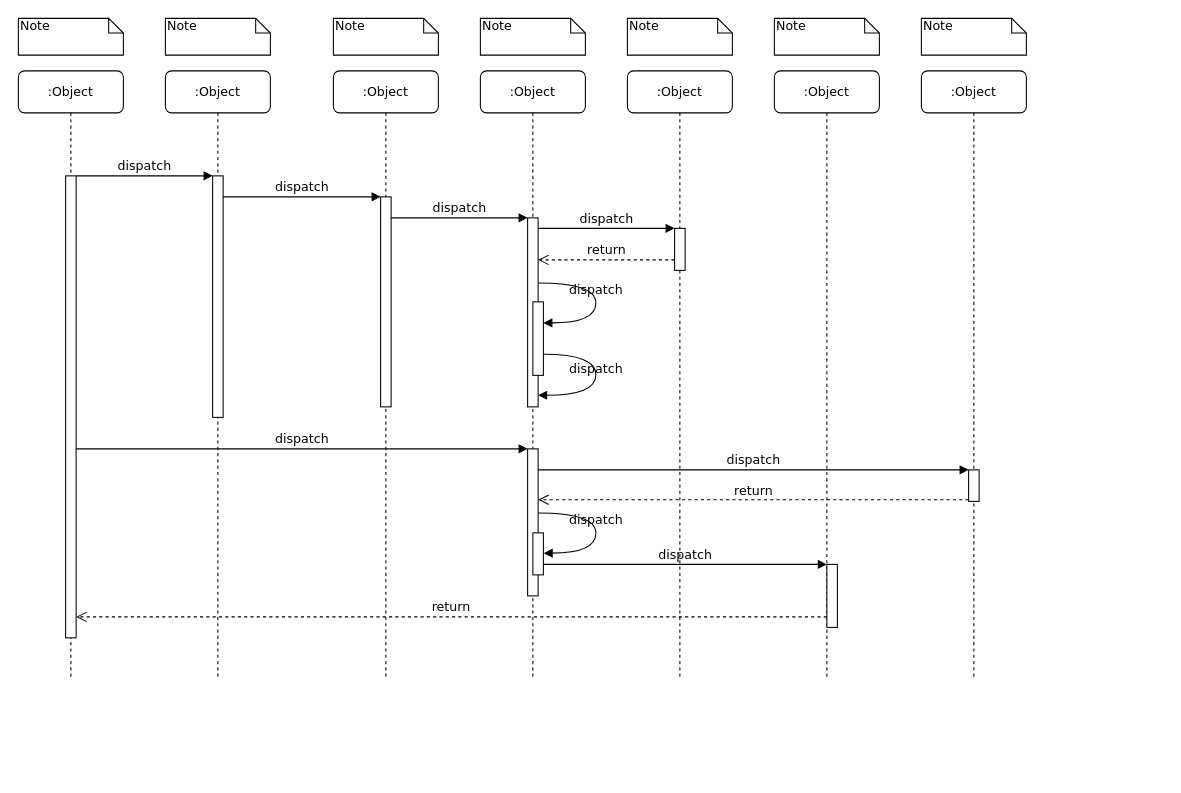
Earlier version of the draw.io diagram p2.drawio (WOM89757/diagrams). Source tidied: cells renumbered, new cells numbered last; positions are measured from the earlier drawing's top-left corner, leaving out a move shared by most shapes. Both pictures are drawn from the tidied source at 105%, with x=0, y=0 at pixel (18, 18).
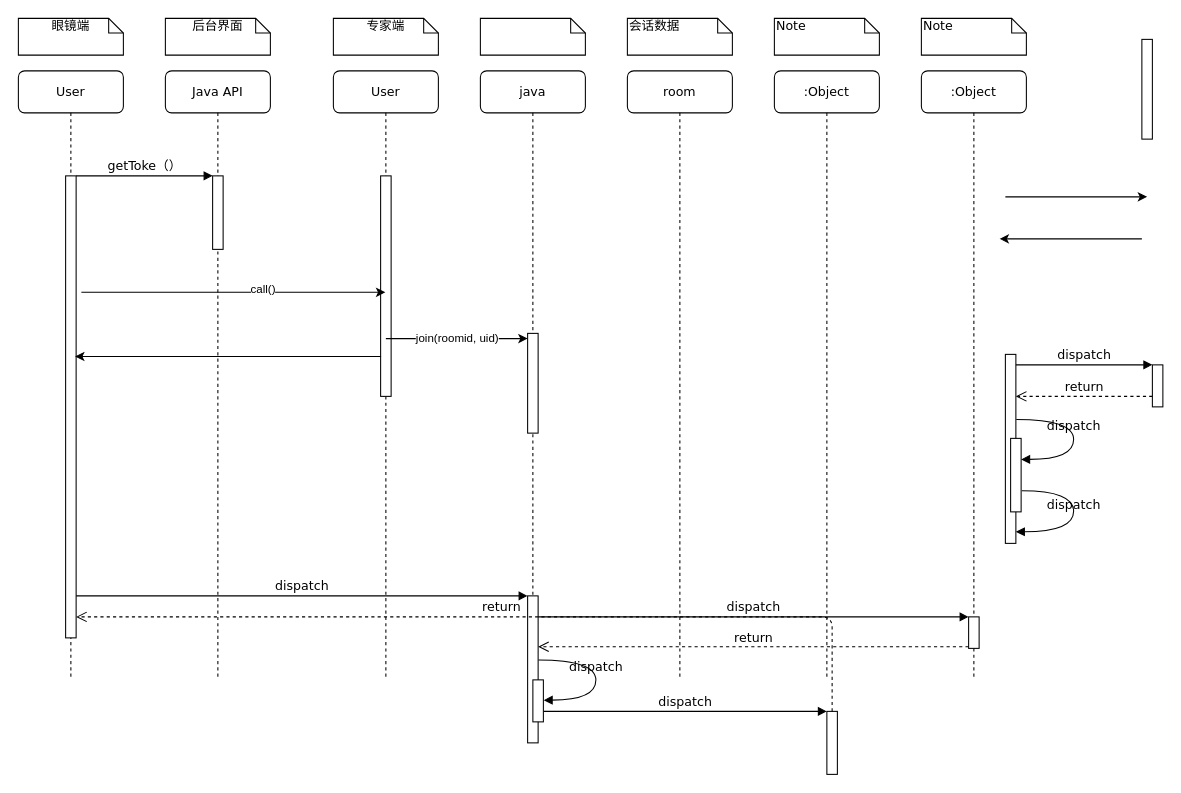
The same diagram, later.

Unchanged cells that the change refers to:
```xml
<mxCell id="11" style="html=1;points=[];perimeter=orthogonalPerimeter;rounded=0;shadow=0;comic=0;labelBackgroundColor=none;strokeWidth=1;fontFamily=Verdana;fontSize=12;align=center;" parent="10" vertex="1">
  <mxGeometry x="45" y="100" width="10" height="440" as="geometry" />
</mxCell>
```

The edit, as a diff of the source:
```diff
@@
-    <mxCell id="2" value=":Object" style="shape=umlLifeline;perimeter=lifelinePerimeter;whiteSpace=wrap;html=1;outlineConnect=0;rounded=1;shadow=0;comic=0;labelBackgroundColor=none;strokeWidth=1;fontFamily=Verdana;fontSize=12;align=center;" parent="1" vertex="1">
+    <mxCell id="2" value="Java API" style="shape=umlLifeline;perimeter=lifelinePerimeter;whiteSpace=wrap;html=1;outlineConnect=0;rounded=1;shadow=0;comic=0;labelBackgroundColor=none;strokeWidth=1;fontFamily=Verdana;fontSize=12;align=center;" parent="1" vertex="1">
       <mxGeometry x="140" y="50" width="100" height="580" as="geometry" />
     </mxCell>
     <mxCell id="3" style="html=1;points=[];perimeter=orthogonalPerimeter;rounded=0;shadow=0;comic=0;labelBackgroundColor=none;strokeWidth=1;fontFamily=Verdana;fontSize=12;align=center;" parent="2" vertex="1">
-      <mxGeometry x="45" y="100" width="10" height="230" as="geometry" />
+      <mxGeometry x="45" y="100" width="10" height="70" as="geometry" />
     </mxCell>
-    <mxCell id="4" value=":Object" style="shape=umlLifeline;perimeter=lifelinePerimeter;whiteSpace=wrap;html=1;outlineConnect=0;rounded=1;shadow=0;comic=0;labelBackgroundColor=none;strokeWidth=1;fontFamily=Verdana;fontSize=12;align=center;" parent="1" vertex="1">
+    <mxCell id="4" value="User" style="shape=umlLifeline;perimeter=lifelinePerimeter;whiteSpace=wrap;html=1;outlineConnect=0;rounded=1;shadow=0;comic=0;labelBackgroundColor=none;strokeWidth=1;fontFamily=Verdana;fontSize=12;align=center;" parent="1" vertex="1">
       <mxGeometry x="300" y="50" width="100" height="580" as="geometry" />
     </mxCell>
     <mxCell id="5" style="html=1;points=[];perimeter=orthogonalPerimeter;rounded=0;shadow=0;comic=0;labelBackgroundColor=none;strokeWidth=1;fontFamily=Verdana;fontSize=12;align=center;" parent="4" vertex="1">
-      <mxGeometry x="45" y="120" width="10" height="200" as="geometry" />
+      <mxGeometry x="45" y="100" width="10" height="210" as="geometry" />
     </mxCell>
-    <mxCell id="6" value=":Object" style="shape=umlLifeline;perimeter=lifelinePerimeter;whiteSpace=wrap;html=1;rounded=1;shadow=0;comic=0;labelBackgroundColor=none;strokeWidth=1;fontFamily=Verdana;fontSize=12;align=center;" parent="1" vertex="1">
+    <mxCell id="6" value="java" style="shape=umlLifeline;perimeter=lifelinePerimeter;whiteSpace=wrap;html=1;rounded=1;shadow=0;comic=0;labelBackgroundColor=none;strokeWidth=1;fontFamily=Verdana;fontSize=12;align=center;" parent="1" vertex="1">
       <mxGeometry x="440" y="50" width="100" height="580" as="geometry" />
     </mxCell>
+    <mxCell id="39" style="html=1;points=[];perimeter=orthogonalPerimeter;rounded=0;shadow=0;comic=0;labelBackgroundColor=none;strokeWidth=1;fontFamily=Verdana;fontSize=12;align=center;" parent="6" vertex="1">
+      <mxGeometry x="45" y="250" width="10" height="95" as="geometry" />
+    </mxCell>
-    <mxCell id="7" value=":Object" style="shape=umlLifeline;perimeter=lifelinePerimeter;whiteSpace=wrap;html=1;rounded=1;shadow=0;comic=0;labelBackgroundColor=none;strokeWidth=1;fontFamily=Verdana;fontSize=12;align=center;" parent="1" vertex="1">
+    <mxCell id="7" value="room" style="shape=umlLifeline;perimeter=lifelinePerimeter;whiteSpace=wrap;html=1;rounded=1;shadow=0;comic=0;labelBackgroundColor=none;strokeWidth=1;fontFamily=Verdana;fontSize=12;align=center;" parent="1" vertex="1">
       <mxGeometry x="580" y="50" width="100" height="580" as="geometry" />
     </mxCell>
@@
-    <mxCell id="10" value=":Object" style="shape=umlLifeline;perimeter=lifelinePerimeter;whiteSpace=wrap;html=1;rounded=1;shadow=0;comic=0;labelBackgroundColor=none;strokeWidth=1;fontFamily=Verdana;fontSize=12;align=center;" parent="1" vertex="1">
+    <mxCell id="10" value="User" style="shape=umlLifeline;perimeter=lifelinePerimeter;whiteSpace=wrap;html=1;rounded=1;shadow=0;comic=0;labelBackgroundColor=none;strokeWidth=1;fontFamily=Verdana;fontSize=12;align=center;" parent="1" vertex="1">
       <mxGeometry y="50" width="100" height="580" as="geometry" />
     </mxCell>
@@
     <mxCell id="12" style="html=1;points=[];perimeter=orthogonalPerimeter;rounded=0;shadow=0;comic=0;labelBackgroundColor=none;strokeWidth=1;fontFamily=Verdana;fontSize=12;align=center;" parent="1" vertex="1">
-      <mxGeometry x="485" y="190" width="10" height="180" as="geometry" />
+      <mxGeometry x="940" y="320" width="10" height="180" as="geometry" />
     </mxCell>
-    <mxCell id="13" value="dispatch" style="html=1;verticalAlign=bottom;endArrow=block;labelBackgroundColor=none;fontFamily=Verdana;fontSize=12;edgeStyle=elbowEdgeStyle;elbow=vertical;" parent="1" edge="1" source="5" target="12">
-      <mxGeometry relative="1" as="geometry">
-        <Array as="points">
-          <mxPoint x="360" y="190" />
-        </Array>
-      </mxGeometry>
-    </mxCell>
     <mxCell id="14" style="html=1;points=[];perimeter=orthogonalPerimeter;rounded=0;shadow=0;comic=0;labelBackgroundColor=none;strokeWidth=1;fontFamily=Verdana;fontSize=12;align=center;" parent="1" vertex="1">
-      <mxGeometry x="625" y="200" width="10" height="40" as="geometry" />
+      <mxGeometry x="1080" y="330" width="10" height="40" as="geometry" />
     </mxCell>
@@
     <mxCell id="16" value="return" style="html=1;verticalAlign=bottom;endArrow=open;dashed=1;endSize=8;labelBackgroundColor=none;fontFamily=Verdana;fontSize=12;edgeStyle=elbowEdgeStyle;elbow=vertical;" parent="1" edge="1" source="14" target="12">
       <mxGeometry relative="1" as="geometry">
         <Array as="points">
-          <mxPoint x="570" y="230" />
-          <mxPoint x="600" y="230" />
+          <mxPoint x="1025" y="360" />
+          <mxPoint x="1055" y="360" />
         </Array>
       </mxGeometry>
     </mxCell>
     <mxCell id="17" style="html=1;points=[];perimeter=orthogonalPerimeter;rounded=0;shadow=0;comic=0;labelBackgroundColor=none;strokeWidth=1;fontFamily=Verdana;fontSize=12;align=center;" parent="1" vertex="1">
-      <mxGeometry x="485" y="410" width="10" height="140" as="geometry" />
+      <mxGeometry x="485" y="550" width="10" height="140" as="geometry" />
     </mxCell>
@@
     <mxCell id="19" style="html=1;points=[];perimeter=orthogonalPerimeter;rounded=0;shadow=0;comic=0;labelBackgroundColor=none;strokeColor=#000000;strokeWidth=1;fillColor=#FFFFFF;fontFamily=Verdana;fontSize=12;fontColor=#000000;align=center;" parent="1" vertex="1">
-      <mxGeometry x="905" y="430" width="10" height="30" as="geometry" />
+      <mxGeometry x="905" y="570" width="10" height="30" as="geometry" />
     </mxCell>
@@
     <mxCell id="22" style="html=1;points=[];perimeter=orthogonalPerimeter;rounded=0;shadow=0;comic=0;labelBackgroundColor=none;strokeWidth=1;fontFamily=Verdana;fontSize=12;align=center;" parent="1" vertex="1">
-      <mxGeometry x="770" y="520" width="10" height="60" as="geometry" />
+      <mxGeometry x="770" y="660" width="10" height="60" as="geometry" />
     </mxCell>
@@
-    <mxCell id="25" value="dispatch" style="html=1;verticalAlign=bottom;endArrow=block;entryX=0;entryY=0;labelBackgroundColor=none;fontFamily=Verdana;fontSize=12;edgeStyle=elbowEdgeStyle;elbow=vertical;" parent="1" edge="1" source="11" target="3">
+    <mxCell id="25" value="getToke（）" style="html=1;verticalAlign=bottom;endArrow=block;entryX=0;entryY=0;labelBackgroundColor=none;fontFamily=Verdana;fontSize=12;edgeStyle=elbowEdgeStyle;elbow=vertical;" parent="1" edge="1" source="11" target="3">
       <mxGeometry relative="1" as="geometry" />
     </mxCell>
-    <mxCell id="26" value="dispatch" style="html=1;verticalAlign=bottom;endArrow=block;entryX=0;entryY=0;labelBackgroundColor=none;fontFamily=Verdana;fontSize=12;edgeStyle=elbowEdgeStyle;elbow=vertical;" parent="1" edge="1" source="3" target="5">
-      <mxGeometry relative="1" as="geometry" />
-    </mxCell>
     <mxCell id="27" style="html=1;points=[];perimeter=orthogonalPerimeter;rounded=0;shadow=0;comic=0;labelBackgroundColor=none;strokeWidth=1;fontFamily=Verdana;fontSize=12;align=center;" parent="1" vertex="1">
-      <mxGeometry x="490" y="270" width="10" height="70" as="geometry" />
+      <mxGeometry x="945" y="400" width="10" height="70" as="geometry" />
     </mxCell>
     <mxCell id="28" value="dispatch" style="html=1;verticalAlign=bottom;endArrow=block;labelBackgroundColor=none;fontFamily=Verdana;fontSize=12;elbow=vertical;edgeStyle=orthogonalEdgeStyle;curved=1;entryX=1;entryY=0.286;entryPerimeter=0;exitX=1.038;exitY=0.345;exitPerimeter=0;" parent="1" edge="1" source="12" target="27">
       <mxGeometry relative="1" as="geometry">
         <Array as="points">
-          <mxPoint x="550" y="252" />
-          <mxPoint x="550" y="290" />
+          <mxPoint x="1005" y="382" />
+          <mxPoint x="1005" y="420" />
         </Array>
       </mxGeometry>
     </mxCell>
     <mxCell id="29" value="dispatch" style="html=1;verticalAlign=bottom;endArrow=block;labelBackgroundColor=none;fontFamily=Verdana;fontSize=12;elbow=vertical;edgeStyle=orthogonalEdgeStyle;curved=1;exitX=1.066;exitY=0.713;exitPerimeter=0;" parent="1" edge="1" source="27">
       <mxGeometry relative="1" as="geometry">
-        <mxPoint x="495" y="359" as="targetPoint" />
+        <mxPoint x="950" y="489" as="targetPoint" />
         <Array as="points">
-          <mxPoint x="550" y="320" />
-          <mxPoint x="550" y="359" />
+          <mxPoint x="1005" y="450" />
+          <mxPoint x="1005" y="489" />
         </Array>
       </mxGeometry>
     </mxCell>
     <mxCell id="30" style="html=1;points=[];perimeter=orthogonalPerimeter;rounded=0;shadow=0;comic=0;labelBackgroundColor=none;strokeWidth=1;fontFamily=Verdana;fontSize=12;align=center;" parent="1" vertex="1">
-      <mxGeometry x="490" y="490" width="10" height="40" as="geometry" />
+      <mxGeometry x="490" y="630" width="10" height="40" as="geometry" />
     </mxCell>
     <mxCell id="31" value="dispatch" style="html=1;verticalAlign=bottom;endArrow=block;labelBackgroundColor=none;fontFamily=Verdana;fontSize=12;elbow=vertical;edgeStyle=orthogonalEdgeStyle;curved=1;entryX=1;entryY=0.286;entryPerimeter=0;exitX=1.038;exitY=0.345;exitPerimeter=0;" parent="1" edge="1">
       <mxGeometry relative="1" as="geometry">
-        <mxPoint x="495.3" y="471" as="sourcePoint" />
-        <mxPoint x="500.3" y="509.3" as="targetPoint" />
+        <mxPoint x="495.3" y="611" as="sourcePoint" />
+        <mxPoint x="500.3" y="649.3" as="targetPoint" />
         <Array as="points">
-          <mxPoint x="550" y="471" />
-          <mxPoint x="550" y="509" />
+          <mxPoint x="550" y="611" />
+          <mxPoint x="550" y="649" />
         </Array>
       </mxGeometry>
     </mxCell>
-    <mxCell id="32" value="Note" style="shape=note;whiteSpace=wrap;html=1;size=14;verticalAlign=top;align=left;spacingTop=-6;rounded=0;shadow=0;comic=0;labelBackgroundColor=none;strokeWidth=1;fontFamily=Verdana;fontSize=12;" parent="1" vertex="1">
+    <mxCell id="32" value="眼镜端" style="shape=note;whiteSpace=wrap;html=1;size=14;verticalAlign=top;align=center;spacingTop=-6;rounded=0;shadow=0;comic=0;labelBackgroundColor=none;strokeWidth=1;fontFamily=Verdana;fontSize=12;" parent="1" vertex="1">
       <mxGeometry width="100" height="35" as="geometry" />
     </mxCell>
-    <mxCell id="33" value="Note" style="shape=note;whiteSpace=wrap;html=1;size=14;verticalAlign=top;align=left;spacingTop=-6;rounded=0;shadow=0;comic=0;labelBackgroundColor=none;strokeWidth=1;fontFamily=Verdana;fontSize=12;" parent="1" vertex="1">
+    <mxCell id="33" value="后台界面" style="shape=note;whiteSpace=wrap;html=1;size=14;verticalAlign=top;align=center;spacingTop=-6;rounded=0;shadow=0;comic=0;labelBackgroundColor=none;strokeWidth=1;fontFamily=Verdana;fontSize=12;" parent="1" vertex="1">
       <mxGeometry x="140" width="100" height="35" as="geometry" />
     </mxCell>
-    <mxCell id="34" value="Note" style="shape=note;whiteSpace=wrap;html=1;size=14;verticalAlign=top;align=left;spacingTop=-6;rounded=0;shadow=0;comic=0;labelBackgroundColor=none;strokeWidth=1;fontFamily=Verdana;fontSize=12;" parent="1" vertex="1">
+    <mxCell id="34" value="&lt;div&gt;&lt;span&gt;专家端&lt;/span&gt;&lt;/div&gt;" style="shape=note;whiteSpace=wrap;html=1;size=14;verticalAlign=top;align=center;spacingTop=-6;rounded=0;shadow=0;comic=0;labelBackgroundColor=none;strokeWidth=1;fontFamily=Verdana;fontSize=12;" parent="1" vertex="1">
       <mxGeometry x="300" width="100" height="35" as="geometry" />
     </mxCell>
-    <mxCell id="35" value="Note" style="shape=note;whiteSpace=wrap;html=1;size=14;verticalAlign=top;align=left;spacingTop=-6;rounded=0;shadow=0;comic=0;labelBackgroundColor=none;strokeWidth=1;fontFamily=Verdana;fontSize=12;" parent="1" vertex="1">
+    <mxCell id="35" style="shape=note;whiteSpace=wrap;html=1;size=14;verticalAlign=top;align=left;spacingTop=-6;rounded=0;shadow=0;comic=0;labelBackgroundColor=none;strokeWidth=1;fontFamily=Verdana;fontSize=12;" parent="1" vertex="1">
       <mxGeometry x="440" width="100" height="35" as="geometry" />
     </mxCell>
-    <mxCell id="36" value="Note" style="shape=note;whiteSpace=wrap;html=1;size=14;verticalAlign=top;align=left;spacingTop=-6;rounded=0;shadow=0;comic=0;labelBackgroundColor=none;strokeWidth=1;fontFamily=Verdana;fontSize=12;" parent="1" vertex="1">
+    <mxCell id="36" value="会话数据" style="shape=note;whiteSpace=wrap;html=1;size=14;verticalAlign=top;align=left;spacingTop=-6;rounded=0;shadow=0;comic=0;labelBackgroundColor=none;strokeWidth=1;fontFamily=Verdana;fontSize=12;" parent="1" vertex="1">
       <mxGeometry x="580" width="100" height="35" as="geometry" />
     </mxCell>
@@
+    <mxCell id="40" style="endArrow=classic;html=1;exitX=1.5;exitY=0.252;exitDx=0;exitDy=0;exitPerimeter=0;" parent="1" edge="1" source="11" target="4">
+      <mxGeometry relative="1" as="geometry" />
+    </mxCell>
+    <mxCell id="41" value="call()" style="edgeLabel;html=1;align=center;verticalAlign=middle;" parent="40" vertex="1">
+      <mxGeometry x="0.18" y="3" relative="1" as="geometry">
+        <mxPoint x="1" as="offset" />
+      </mxGeometry>
+    </mxCell>
+    <mxCell id="42" value="join(roomid, uid)" style="endArrow=classic;html=1;" parent="1" edge="1" target="39">
+      <mxGeometry relative="1" as="geometry">
+        <mxPoint x="350" y="305" as="sourcePoint" />
+        <Array as="points">
+          <mxPoint x="420" y="305" />
+        </Array>
+      </mxGeometry>
+    </mxCell>
+    <mxCell id="43" style="endArrow=classic;html=1;" parent="1" edge="1">
+      <mxGeometry x="-0.11" relative="1" as="geometry">
+        <mxPoint x="940" y="170" as="sourcePoint" />
+        <mxPoint x="1075" y="170" as="targetPoint" />
+        <Array as="points">
+          <mxPoint x="1010" y="170" />
+        </Array>
+      </mxGeometry>
+    </mxCell>
+    <mxCell id="44" style="endArrow=classic;html=1;entryX=0.9;entryY=0.391;entryDx=0;entryDy=0;entryPerimeter=0;" parent="1" edge="1" source="2" target="11">
+      <mxGeometry x="-0.11" relative="1" as="geometry">
+        <Array as="points">
+          <mxPoint x="350" y="322" />
+        </Array>
+      </mxGeometry>
+    </mxCell>
+    <mxCell id="45" style="html=1;perimeter=orthogonalPerimeter;rounded=0;shadow=0;comic=0;labelBackgroundColor=none;strokeWidth=1;fontFamily=Verdana;fontSize=12;align=center;" parent="1" vertex="1">
+      <mxGeometry x="1070" y="20" width="10" height="95" as="geometry" />
+    </mxCell>
+    <mxCell id="46" style="endArrow=classic;html=1;entryX=0.9;entryY=0.391;entryDx=0;entryDy=0;entryPerimeter=0;" parent="1" edge="1">
+      <mxGeometry x="-0.11" relative="1" as="geometry">
+        <mxPoint x="1070" y="210" as="sourcePoint" />
+        <mxPoint x="934.5" y="210" as="targetPoint" />
+      </mxGeometry>
+    </mxCell>
```
